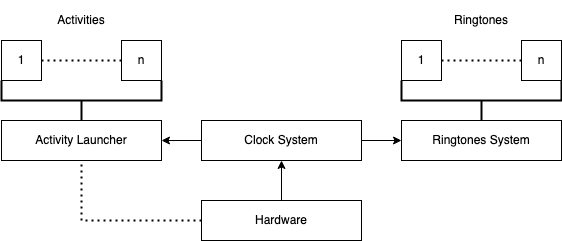
Above: documentation/main_structure.png in vittorio01/SmartAlarm (draw.io), before the change. Source tidied: cells renumbered, new cells last; positions are measured from the earlier drawing's top-left corner, leaving out a move shared by most shapes.
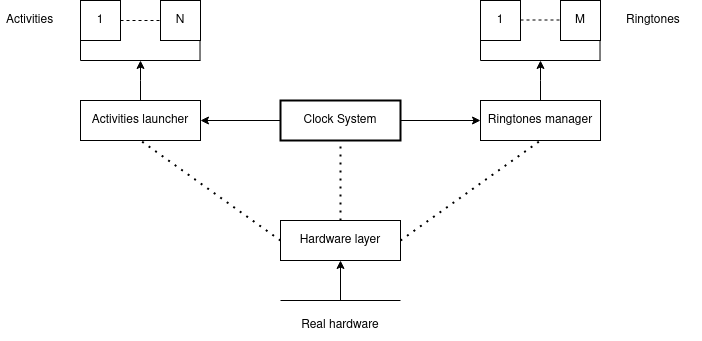
Above is the later version.

The edit, as a diff of the source:
```diff
@@ -2,59 +2,123 @@
   <root>
     <mxCell id="0" />
     <mxCell id="1" parent="0" />
-    <mxCell id="2" style="edgeStyle=orthogonalEdgeStyle;rounded=0;jettySize=auto;html=1;" parent="1" edge="1" source="4" target="11">
-      <mxGeometry relative="1" as="geometry" />
-    </mxCell>
-    <mxCell id="3" style="edgeStyle=orthogonalEdgeStyle;rounded=0;jettySize=auto;html=1;strokeWidth=1;endArrow=classic;endFill=1;entryX=1;entryY=0.5;entryDx=0;entryDy=0;" parent="1" edge="1" source="4" target="16">
-      <mxGeometry relative="1" as="geometry" />
-    </mxCell>
+    <mxCell id="20" value="Hardware layer" style="rounded=0;whiteSpace=wrap;html=1;" parent="1" vertex="1">
+      <mxGeometry x="200" y="300" width="120" height="40" as="geometry" />
+    </mxCell>
+    <mxCell id="21" style="edgeStyle=orthogonalEdgeStyle;rounded=0;jettySize=auto;html=1;" parent="1" edge="1" source="4" target="25">
+      <mxGeometry relative="1" as="geometry" />
+    </mxCell>
+    <mxCell id="22" style="edgeStyle=orthogonalEdgeStyle;rounded=0;jettySize=auto;html=1;entryX=0;entryY=0.5;entryDx=0;entryDy=0;" parent="1" edge="1" source="4" target="27">
+      <mxGeometry relative="1" as="geometry" />
+    </mxCell>
-    <mxCell id="4" value="Clock System" style="rounded=0;whiteSpace=wrap;html=1;" parent="1" vertex="1">
-      <mxGeometry x="200" y="120" width="160" height="40" as="geometry" />
+    <mxCell id="4" value="Clock System" style="rounded=0;whiteSpace=wrap;html=1;strokeWidth=2;" parent="1" vertex="1">
+      <mxGeometry x="200" y="180" width="120" height="40" as="geometry" />
     </mxCell>
-    <mxCell id="5" style="edgeStyle=orthogonalEdgeStyle;rounded=0;jettySize=auto;html=1;" parent="1" edge="1" source="7" target="4">
-      <mxGeometry relative="1" as="geometry" />
-    </mxCell>
-    <mxCell id="6" style="edgeStyle=orthogonalEdgeStyle;rounded=0;jettySize=auto;html=1;entryX=0.5;entryY=1;entryDx=0;entryDy=0;dashed=1;dashPattern=1 2;strokeWidth=2;endArrow=none;endFill=0;" parent="1" edge="1" source="7" target="16">
-      <mxGeometry relative="1" as="geometry" />
-    </mxCell>
-    <mxCell id="7" value="Hardware" style="rounded=0;whiteSpace=wrap;html=1;" parent="1" vertex="1">
-      <mxGeometry x="200" y="200" width="160" height="40" as="geometry" />
-    </mxCell>
-    <mxCell id="8" style="edgeStyle=orthogonalEdgeStyle;rounded=0;jettySize=auto;html=1;dashed=1;dashPattern=1 2;endArrow=none;endFill=0;strokeWidth=2;" parent="1" edge="1" source="9" target="10">
-      <mxGeometry relative="1" as="geometry" />
-    </mxCell>
-    <mxCell id="9" value="1" style="rounded=0;whiteSpace=wrap;html=1;" parent="1" vertex="1">
-      <mxGeometry x="400" y="40" width="40" height="40" as="geometry" />
-    </mxCell>
-    <mxCell id="10" value="n" style="rounded=0;whiteSpace=wrap;html=1;" parent="1" vertex="1">
-      <mxGeometry x="520" y="40" width="40" height="40" as="geometry" />
-    </mxCell>
-    <mxCell id="11" value="Ringtones System" style="rounded=0;whiteSpace=wrap;html=1;" parent="1" vertex="1">
-      <mxGeometry x="400" y="120" width="160" height="40" as="geometry" />
-    </mxCell>
-    <mxCell id="12" style="strokeWidth=2;html=1;shape=mxgraph.flowchart.annotation_2;align=left;labelPosition=right;direction=north;" parent="1" vertex="1">
-      <mxGeometry x="400" y="80" width="160" height="40" as="geometry" />
-    </mxCell>
-    <mxCell id="13" style="edgeStyle=orthogonalEdgeStyle;rounded=0;jettySize=auto;html=1;dashed=1;dashPattern=1 2;endArrow=none;endFill=0;strokeWidth=2;" parent="1" edge="1" source="14" target="15">
-      <mxGeometry relative="1" as="geometry" />
-    </mxCell>
-    <mxCell id="14" value="1" style="rounded=0;whiteSpace=wrap;html=1;" parent="1" vertex="1">
-      <mxGeometry y="40" width="40" height="40" as="geometry" />
-    </mxCell>
-    <mxCell id="15" value="n" style="rounded=0;whiteSpace=wrap;html=1;" parent="1" vertex="1">
-      <mxGeometry x="120" y="40" width="40" height="40" as="geometry" />
-    </mxCell>
-    <mxCell id="16" value="Activity Launcher" style="rounded=0;whiteSpace=wrap;html=1;" parent="1" vertex="1">
-      <mxGeometry y="120" width="160" height="40" as="geometry" />
-    </mxCell>
-    <mxCell id="17" style="strokeWidth=2;html=1;shape=mxgraph.flowchart.annotation_2;align=left;labelPosition=right;direction=north;" parent="1" vertex="1">
-      <mxGeometry y="80" width="160" height="40" as="geometry" />
-    </mxCell>
+    <mxCell id="23" style="edgeStyle=orthogonalEdgeStyle;rounded=0;orthogonalLoop=1;jettySize=auto;html=1;exitX=0.5;exitY=1;exitDx=0;exitDy=0;" parent="1" edge="1" source="4" target="4">
+      <mxGeometry relative="1" as="geometry" />
+    </mxCell>
+    <mxCell id="24" style="edgeStyle=orthogonalEdgeStyle;rounded=0;jettySize=auto;html=1;" parent="1" edge="1" source="25">
+      <mxGeometry relative="1" as="geometry">
+        <mxPoint x="60" y="140" as="targetPoint" />
+      </mxGeometry>
+    </mxCell>
+    <mxCell id="25" value="&lt;div&gt;Activities launcher&lt;/div&gt;" style="rounded=0;whiteSpace=wrap;html=1;" parent="1" vertex="1">
+      <mxGeometry y="180" width="120" height="40" as="geometry" />
+    </mxCell>
+    <mxCell id="26" style="edgeStyle=orthogonalEdgeStyle;rounded=0;jettySize=auto;html=1;" parent="1" edge="1" source="27">
+      <mxGeometry relative="1" as="geometry">
+        <mxPoint x="460" y="140" as="targetPoint" />
+      </mxGeometry>
+    </mxCell>
+    <mxCell id="27" value="Ringtones manager" style="rounded=0;whiteSpace=wrap;html=1;" parent="1" vertex="1">
+      <mxGeometry x="400" y="180" width="120" height="40" as="geometry" />
+    </mxCell>
+    <mxCell id="28" style="endArrow=none;dashed=1;html=1;dashPattern=1 3;strokeWidth=2;rounded=0;exitX=0.5;exitY=0;exitDx=0;exitDy=0;entryX=0.5;entryY=1;entryDx=0;entryDy=0;" parent="1" edge="1" source="20" target="4">
+      <mxGeometry relative="1" as="geometry" />
+    </mxCell>
+    <mxCell id="29" style="endArrow=none;dashed=1;html=1;dashPattern=1 3;strokeWidth=2;rounded=0;exitX=0;exitY=0.5;exitDx=0;exitDy=0;entryX=0.5;entryY=1;entryDx=0;entryDy=0;" parent="1" edge="1" source="20" target="25">
+      <mxGeometry relative="1" as="geometry" />
+    </mxCell>
+    <mxCell id="30" style="endArrow=none;dashed=1;html=1;dashPattern=1 3;strokeWidth=2;rounded=0;exitX=1;exitY=0.5;exitDx=0;exitDy=0;entryX=0.5;entryY=1;entryDx=0;entryDy=0;" parent="1" edge="1" source="20" target="27">
+      <mxGeometry relative="1" as="geometry" />
+    </mxCell>
+    <mxCell id="31" value="1" style="rounded=0;whiteSpace=wrap;html=1;" parent="1" vertex="1">
+      <mxGeometry y="80" width="40" height="40" as="geometry" />
+    </mxCell>
+    <mxCell id="32" value="N" style="rounded=0;whiteSpace=wrap;html=1;" parent="1" vertex="1">
+      <mxGeometry x="80" y="80" width="40" height="40" as="geometry" />
+    </mxCell>
+    <mxCell id="33" value="1" style="rounded=0;whiteSpace=wrap;html=1;" parent="1" vertex="1">
+      <mxGeometry x="400" y="80" width="40" height="40" as="geometry" />
+    </mxCell>
+    <mxCell id="34" value="M" style="rounded=0;whiteSpace=wrap;html=1;" parent="1" vertex="1">
+      <mxGeometry x="480" y="80" width="40" height="40" as="geometry" />
+    </mxCell>
+    <mxCell id="35" style="endArrow=none;dashed=1;html=1;rounded=0;entryX=0;entryY=0.5;entryDx=0;entryDy=0;" parent="1" edge="1" target="32">
+      <mxGeometry relative="1" as="geometry">
+        <mxPoint x="40" y="100" as="sourcePoint" />
+      </mxGeometry>
+    </mxCell>
+    <mxCell id="36" style="endArrow=none;dashed=1;html=1;rounded=0;entryX=0;entryY=0.5;entryDx=0;entryDy=0;" parent="1" edge="1">
+      <mxGeometry relative="1" as="geometry">
+        <mxPoint x="440" y="99.5" as="sourcePoint" />
+        <mxPoint x="480" y="99.5" as="targetPoint" />
+      </mxGeometry>
+    </mxCell>
+    <mxCell id="37" style="endArrow=none;html=1;rounded=0;exitX=0;exitY=1;exitDx=0;exitDy=0;" parent="1" edge="1" source="31">
+      <mxGeometry relative="1" as="geometry">
+        <mxPoint y="140" as="targetPoint" />
+      </mxGeometry>
+    </mxCell>
+    <mxCell id="38" style="endArrow=none;html=1;rounded=0;exitX=0;exitY=1;exitDx=0;exitDy=0;" parent="1" edge="1">
+      <mxGeometry relative="1" as="geometry">
+        <mxPoint x="119.5" y="120" as="sourcePoint" />
+        <mxPoint x="119.5" y="140" as="targetPoint" />
+      </mxGeometry>
+    </mxCell>
+    <mxCell id="39" style="endArrow=none;html=1;rounded=0;" parent="1" edge="1">
+      <mxGeometry relative="1" as="geometry">
+        <mxPoint y="140" as="sourcePoint" />
+        <mxPoint x="120" y="140" as="targetPoint" />
+      </mxGeometry>
+    </mxCell>
+    <mxCell id="40" style="endArrow=none;html=1;rounded=0;exitX=0;exitY=1;exitDx=0;exitDy=0;" parent="1" edge="1">
+      <mxGeometry relative="1" as="geometry">
+        <mxPoint x="400" y="120" as="sourcePoint" />
+        <mxPoint x="400" y="140" as="targetPoint" />
+      </mxGeometry>
+    </mxCell>
+    <mxCell id="41" style="endArrow=none;html=1;rounded=0;exitX=0;exitY=1;exitDx=0;exitDy=0;" parent="1" edge="1">
+      <mxGeometry relative="1" as="geometry">
+        <mxPoint x="519.5" y="120" as="sourcePoint" />
+        <mxPoint x="519.5" y="140" as="targetPoint" />
+      </mxGeometry>
+    </mxCell>
+    <mxCell id="42" style="endArrow=none;html=1;rounded=0;" parent="1" edge="1">
+      <mxGeometry relative="1" as="geometry">
+        <mxPoint x="400" y="140" as="sourcePoint" />
+        <mxPoint x="520" y="140" as="targetPoint" />
+      </mxGeometry>
+    </mxCell>
-    <mxCell id="18" value="Activities" style="text;html=1;strokeColor=none;fillColor=none;align=center;verticalAlign=middle;whiteSpace=wrap;rounded=0;" parent="1" vertex="1">
-      <mxGeometry x="30" width="100" height="40" as="geometry" />
+    <mxCell id="18" value="Activities" style="text;strokeColor=none;fillColor=none;align=left;verticalAlign=middle;spacingLeft=4;spacingRight=4;overflow=hidden;whiteSpace=wrap;html=1;" parent="1" vertex="1">
+      <mxGeometry x="-80" y="85" width="60" height="30" as="geometry" />
     </mxCell>
-    <mxCell id="19" value="Ringtones" style="text;html=1;strokeColor=none;fillColor=none;align=center;verticalAlign=middle;whiteSpace=wrap;rounded=0;" parent="1" vertex="1">
-      <mxGeometry x="450" y="5" width="60" height="30" as="geometry" />
+    <mxCell id="19" value="Ringtones" style="text;strokeColor=none;fillColor=none;align=left;verticalAlign=middle;spacingLeft=4;spacingRight=4;overflow=hidden;whiteSpace=wrap;html=1;" parent="1" vertex="1">
+      <mxGeometry x="540" y="85" width="80" height="30" as="geometry" />
     </mxCell>
+    <mxCell id="43" style="endArrow=classic;html=1;rounded=0;entryX=0.5;entryY=1;entryDx=0;entryDy=0;" parent="1" edge="1" target="20">
+      <mxGeometry relative="1" as="geometry">
+        <mxPoint x="260" y="380" as="sourcePoint" />
+      </mxGeometry>
+    </mxCell>
+    <mxCell id="44" style="endArrow=none;html=1;rounded=0;" parent="1" edge="1">
+      <mxGeometry relative="1" as="geometry">
+        <mxPoint x="200" y="380" as="sourcePoint" />
+        <mxPoint x="320" y="380" as="targetPoint" />
+      </mxGeometry>
+    </mxCell>
+    <mxCell id="45" value="&lt;div&gt;Real hardware&lt;/div&gt;" style="text;html=1;strokeColor=none;fillColor=none;align=center;verticalAlign=middle;whiteSpace=wrap;rounded=0;" parent="1" vertex="1">
+      <mxGeometry x="220" y="390" width="80" height="30" as="geometry" />
+    </mxCell>
   </root>
 </mxGraphModel>
```
